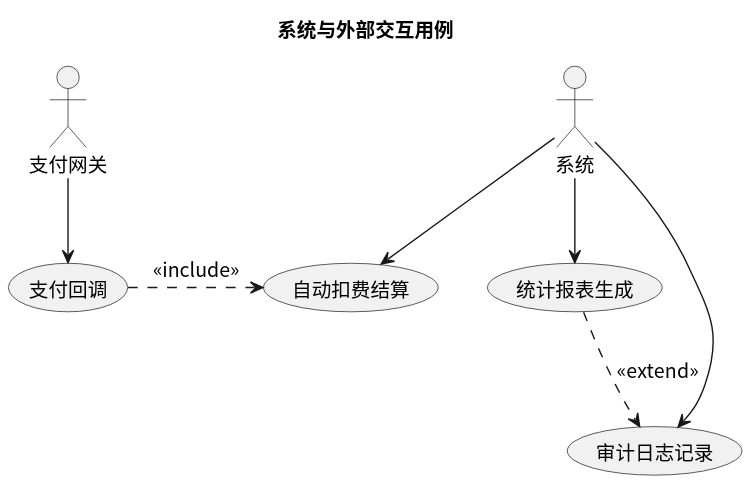
Earlier version of the PlantUML export usecase/docs/overview/img/external_usecases.svg (greenhandzdl/charging-station-doc).
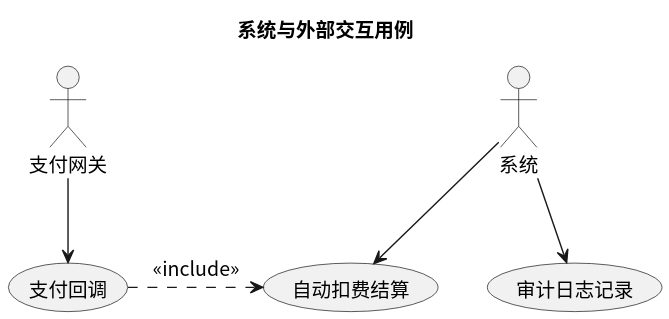
The same file after the commit.

Change to the diagram source:
```diff
@@ -9,14 +9,11 @@
 
 usecase "支付回调" as CB
 usecase "自动扣费结算" as AUTO
-usecase "统计报表生成" as GS
 usecase "审计日志记录" as AUDIT
 
 P --> CB
 S --> AUTO
-S --> GS
 S --> AUDIT
 
 AUTO <.left. CB : <<include>>
-GS ..> AUDIT : <<extend>>
 @enduml
```
